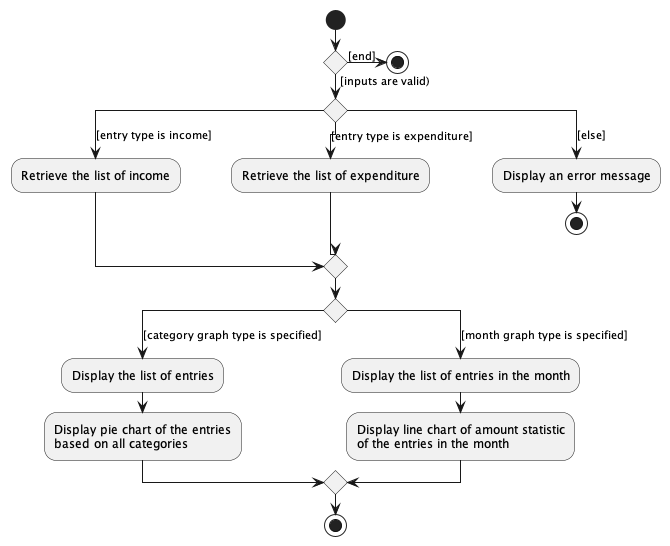
nus-cs2103-AY2223S1/tp keeps this PlantUML diagram as docs/images/ViewActivityDiagram.png. Above is the earlier version. Its diagram source:
```plantuml
@startuml

start

if () then ([inputs are valid))
    switch ()
    case ([entry type is income])
      :Retrieve the list of income;
    case ([entry type is expenditure])
      :Retrieve the list of expenditure;
    case ([else])
      :Display an error message;
      stop
    endswitch

    switch ()
    case ([category graph type is specified])
      :Display the list of entries;
      :Display pie chart of the entries\nbased on all categories;
    case ([month graph type is specified])
      :Display the list of entries in the month;
      :Display line chart of amount statistic\nof the entries in the month;
    endswitch
else ([end])
    stop
endif

stop

@enduml
```
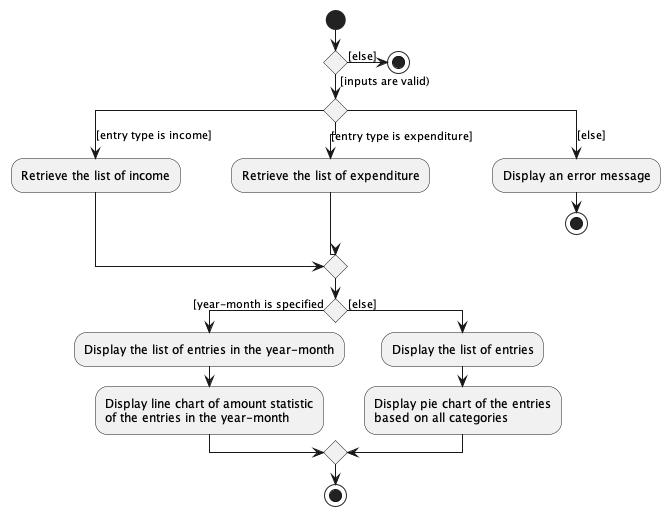
After the commit.

Change to the diagram source:
```diff
@@ -13,15 +13,14 @@
       stop
     endswitch
 
-    switch ()
-    case ([category graph type is specified])
-      :Display the list of entries;
-      :Display pie chart of the entries\nbased on all categories;
-    case ([month graph type is specified])
-      :Display the list of entries in the month;
-      :Display line chart of amount statistic\nof the entries in the month;
-    endswitch
-else ([end])
+    if () then ([year-month is specified)
+        :Display the list of entries in the year-month;
+        :Display line chart of amount statistic\nof the entries in the year-month;
+    else ([else])
+        :Display the list of entries;
+        :Display pie chart of the entries\nbased on all categories;
+    endif
+else ([else])
     stop
 endif
 
```
